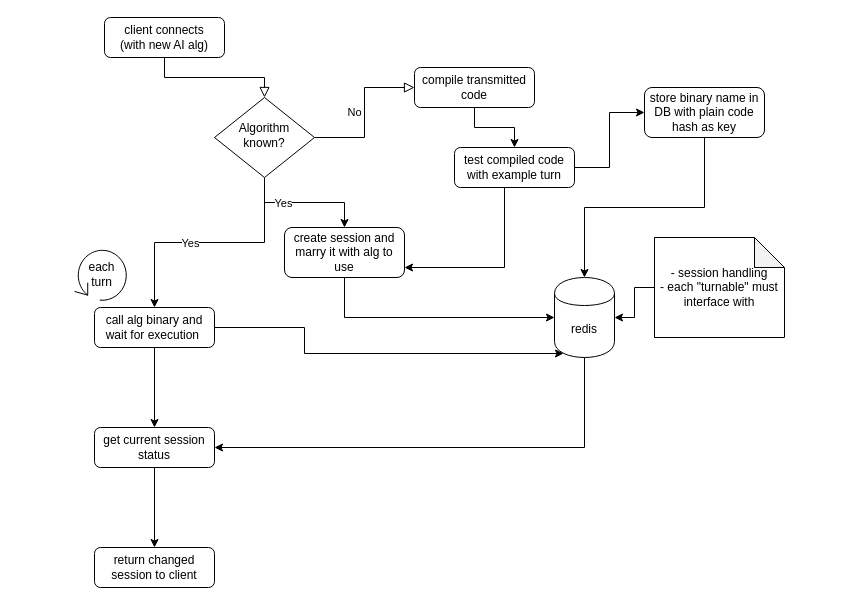
liquidiert/pactheman-server keeps this draw.io diagram as diagrams/new_alg_flow.drawio. Above is the earlier version. Source tidied: cells renumbered, new cells numbered last; positions are measured from the earlier drawing's top-left corner, leaving out a move shared by most shapes. Both pictures are drawn from the tidied source at 100%, with x=0, y=0 at pixel (74, 17).
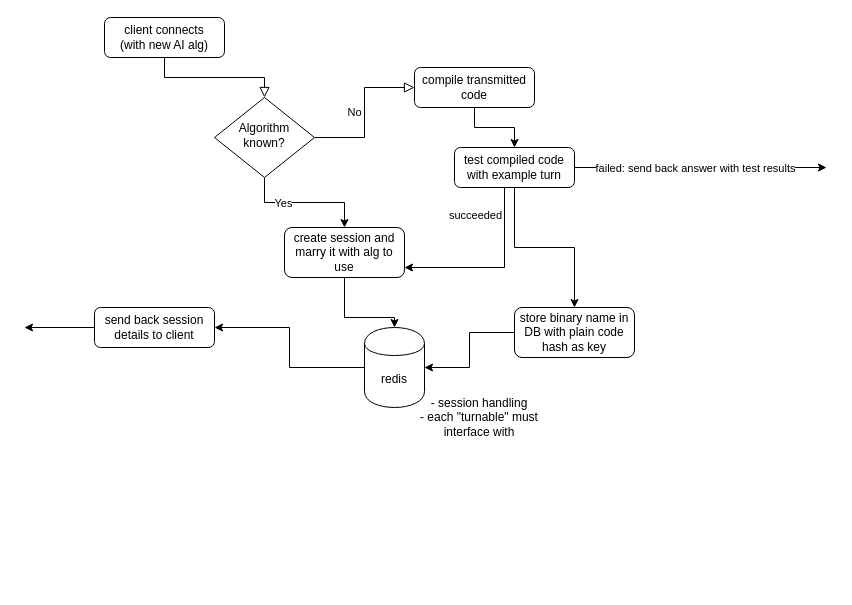
After the change.

The change refers to these unchanged cells:
```xml
<mxCell id="9" value="Algorithm known?" style="rhombus;whiteSpace=wrap;html=1;shadow=0;fontFamily=Helvetica;fontSize=12;align=center;strokeWidth=1;spacing=6;spacingTop=-4;" parent="1" vertex="1">
  <mxGeometry x="140" y="80" width="100" height="80" as="geometry" />
</mxCell>
<mxCell id="14" value="test compiled code with example turn" style="rounded=1;whiteSpace=wrap;html=1;fontSize=12;glass=0;strokeWidth=1;shadow=0;" parent="1" vertex="1">
  <mxGeometry x="380" y="130" width="120" height="40" as="geometry" />
</mxCell>
<mxCell id="16" value="create session and marry it with alg to use" style="rounded=1;whiteSpace=wrap;html=1;fontSize=12;glass=0;strokeWidth=1;shadow=0;" parent="1" vertex="1">
  <mxGeometry x="210" y="210" width="120" height="50" as="geometry" />
</mxCell>
```

What changed in the source:
```diff
@@
-    <mxCell id="7" style="edgeStyle=orthogonalEdgeStyle;rounded=0;jettySize=auto;html=1;" parent="1" edge="1" source="9" target="21">
-      <mxGeometry relative="1" as="geometry" />
-    </mxCell>
-    <mxCell id="8" value="Yes" style="edgeLabel;html=1;align=center;verticalAlign=middle;" parent="7" vertex="1">
-      <mxGeometry x="0.17" relative="1" as="geometry" />
-    </mxCell>
@@
+    <mxCell id="13" style="edgeStyle=orthogonalEdgeStyle;rounded=0;jettySize=auto;html=1;" parent="1" edge="1" source="14" target="16">
+      <mxGeometry relative="1" as="geometry">
+        <Array as="points">
+          <mxPoint x="430" y="250" />
+        </Array>
+      </mxGeometry>
+    </mxCell>
+    <mxCell id="30" value="succeeded" style="edgeLabel;html=1;align=center;verticalAlign=middle;" parent="13" vertex="1">
+      <mxGeometry x="-0.7" y="4" relative="1" as="geometry">
+        <mxPoint x="-34" as="offset" />
+      </mxGeometry>
+    </mxCell>
-    <mxCell id="12" style="edgeStyle=orthogonalEdgeStyle;rounded=0;jettySize=auto;html=1;entryX=0;entryY=0.5;entryDx=0;entryDy=0;" parent="1" edge="1" source="14" target="18">
+    <mxCell id="12" style="edgeStyle=orthogonalEdgeStyle;rounded=0;jettySize=auto;html=1;entryX=0.5;entryY=0;entryDx=0;entryDy=0;" parent="1" edge="1" source="14" target="18">
       <mxGeometry relative="1" as="geometry" />
     </mxCell>
-    <mxCell id="13" style="edgeStyle=orthogonalEdgeStyle;rounded=0;jettySize=auto;html=1;" parent="1" edge="1" source="14" target="16">
-      <mxGeometry relative="1" as="geometry">
-        <Array as="points">
-          <mxPoint x="430" y="250" />
-        </Array>
-      </mxGeometry>
-    </mxCell>
+    <mxCell id="31" style="edgeStyle=orthogonalEdgeStyle;rounded=0;jettySize=auto;html=1;" parent="1" edge="1" source="14">
+      <mxGeometry relative="1" as="geometry">
+        <mxPoint x="752" y="150" as="targetPoint" />
+      </mxGeometry>
+    </mxCell>
+    <mxCell id="32" value="failed: send back answer with test results" style="edgeLabel;html=1;align=center;verticalAlign=middle;" parent="31" vertex="1">
+      <mxGeometry x="-0.32" relative="1" as="geometry">
+        <mxPoint x="34" as="offset" />
+      </mxGeometry>
+    </mxCell>
@@
-    <mxCell id="17" style="edgeStyle=orthogonalEdgeStyle;rounded=0;jettySize=auto;html=1;entryX=0.5;entryY=0;entryDx=0;entryDy=0;" parent="1" edge="1" source="18" target="26">
-      <mxGeometry relative="1" as="geometry">
-        <Array as="points">
-          <mxPoint x="630" y="190" />
-          <mxPoint x="510" y="190" />
-        </Array>
-      </mxGeometry>
+    <mxCell id="17" style="edgeStyle=orthogonalEdgeStyle;rounded=0;jettySize=auto;html=1;exitX=0;exitY=0.5;exitDx=0;exitDy=0;entryX=1;entryY=0.5;entryDx=0;entryDy=0;" parent="1" edge="1" source="18" target="26">
+      <mxGeometry relative="1" as="geometry" />
     </mxCell>
     <mxCell id="18" value="store binary name in DB with plain code hash as key" style="rounded=1;whiteSpace=wrap;html=1;fontSize=12;glass=0;strokeWidth=1;shadow=0;" parent="1" vertex="1">
-      <mxGeometry x="570" y="70" width="120" height="50" as="geometry" />
+      <mxGeometry x="440" y="290" width="120" height="50" as="geometry" />
     </mxCell>
-    <mxCell id="19" style="edgeStyle=orthogonalEdgeStyle;rounded=0;jettySize=auto;html=1;" parent="1" edge="1" source="21" target="23">
-      <mxGeometry relative="1" as="geometry" />
-    </mxCell>
-    <mxCell id="20" style="edgeStyle=orthogonalEdgeStyle;rounded=0;jettySize=auto;html=1;entryX=0.15;entryY=0.95;entryDx=0;entryDy=0;entryPerimeter=0;" parent="1" edge="1" source="21" target="26">
-      <mxGeometry relative="1" as="geometry">
-        <Array as="points">
-          <mxPoint x="230" y="310" />
-          <mxPoint x="230" y="336" />
-        </Array>
-      </mxGeometry>
-    </mxCell>
+    <mxCell id="33" style="edgeStyle=orthogonalEdgeStyle;rounded=0;jettySize=auto;html=1;" parent="1" edge="1" source="21">
+      <mxGeometry relative="1" as="geometry">
+        <mxPoint x="-50" y="310" as="targetPoint" />
+      </mxGeometry>
+    </mxCell>
-    <mxCell id="21" value="call alg binary and wait for execution&amp;nbsp;" style="rounded=1;whiteSpace=wrap;html=1;fontSize=12;glass=0;strokeWidth=1;shadow=0;" parent="1" vertex="1">
+    <mxCell id="21" value="send back session details to client" style="rounded=1;whiteSpace=wrap;html=1;fontSize=12;glass=0;strokeWidth=1;shadow=0;" parent="1" vertex="1">
       <mxGeometry x="20" y="290" width="120" height="40" as="geometry" />
     </mxCell>
-    <mxCell id="22" style="edgeStyle=orthogonalEdgeStyle;rounded=0;jettySize=auto;html=1;" parent="1" edge="1" source="23" target="24">
-      <mxGeometry relative="1" as="geometry" />
-    </mxCell>
-    <mxCell id="23" value="get current session status" style="rounded=1;whiteSpace=wrap;html=1;fontSize=12;glass=0;strokeWidth=1;shadow=0;" parent="1" vertex="1">
-      <mxGeometry x="20" y="410" width="120" height="40" as="geometry" />
-    </mxCell>
-    <mxCell id="24" value="return changed session to client" style="rounded=1;whiteSpace=wrap;html=1;fontSize=12;glass=0;strokeWidth=1;shadow=0;" parent="1" vertex="1">
-      <mxGeometry x="20" y="530" width="120" height="40" as="geometry" />
-    </mxCell>
-    <mxCell id="25" style="edgeStyle=orthogonalEdgeStyle;rounded=0;jettySize=auto;html=1;entryX=1;entryY=0.5;entryDx=0;entryDy=0;" parent="1" edge="1" source="26" target="23">
-      <mxGeometry relative="1" as="geometry">
-        <Array as="points">
-          <mxPoint x="510" y="430" />
-        </Array>
-      </mxGeometry>
-    </mxCell>
+    <mxCell id="34" style="edgeStyle=orthogonalEdgeStyle;rounded=0;jettySize=auto;html=1;entryX=1;entryY=0.5;entryDx=0;entryDy=0;" parent="1" edge="1" source="26" target="21">
+      <mxGeometry relative="1" as="geometry" />
+    </mxCell>
     <mxCell id="26" value="redis" style="shape=cylinder;whiteSpace=wrap;html=1;boundedLbl=1;backgroundOutline=1;" parent="1" vertex="1">
-      <mxGeometry x="480" y="260" width="60" height="80" as="geometry" />
+      <mxGeometry x="290" y="310" width="60" height="80" as="geometry" />
     </mxCell>
-    <mxCell id="27" style="edgeStyle=orthogonalEdgeStyle;rounded=0;jettySize=auto;html=1;" parent="1" edge="1" source="28" target="26">
-      <mxGeometry relative="1" as="geometry" />
-    </mxCell>
-    <mxCell id="28" value="- session handling&lt;br&gt;- each &quot;turnable&quot; must interface with" style="shape=note;whiteSpace=wrap;html=1;backgroundOutline=1;darkOpacity=0.05;" parent="1" vertex="1">
-      <mxGeometry x="580" y="220" width="130" height="100" as="geometry" />
+    <mxCell id="28" value="- session handling&lt;br&gt;- each &quot;turnable&quot; must interface with" style="text;html=1;strokeColor=none;fillColor=none;align=center;verticalAlign=middle;whiteSpace=wrap;rounded=0;" parent="1" vertex="1">
+      <mxGeometry x="340" y="360" width="130" height="80" as="geometry" />
     </mxCell>
-    <mxCell id="29" value="each&lt;br&gt;turn" style="shape=mxgraph.bpmn.loop;html=1;" parent="1" vertex="1">
-      <mxGeometry y="230" width="54" height="54" as="geometry" />
-    </mxCell>
```
